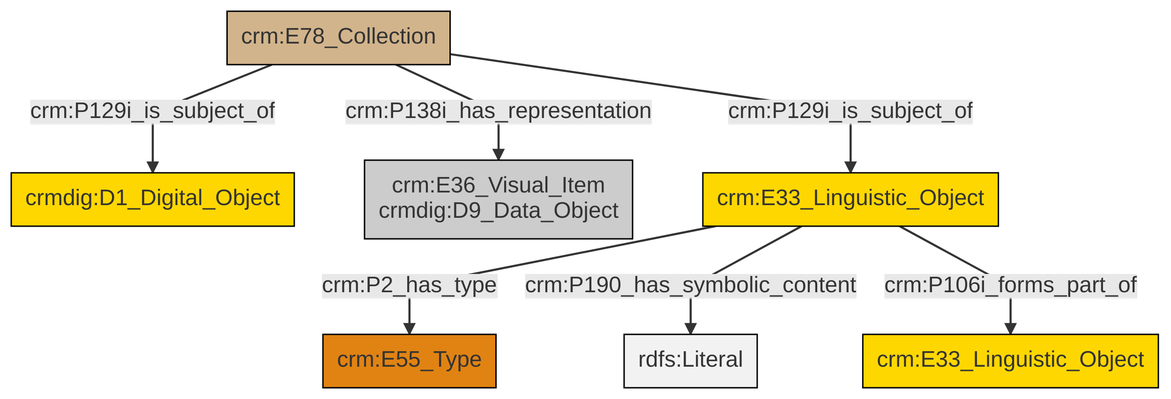
swiss-art-research-net/docs.swissartresearch keeps this Mermaid diagram as et/archivalCSV/ttl/mmd/png/archival_docs.png. Above is the earlier version. Its source is kept beside it as et/archivalCSV/ttl/mmd/archival_docs.ttl.mmd.
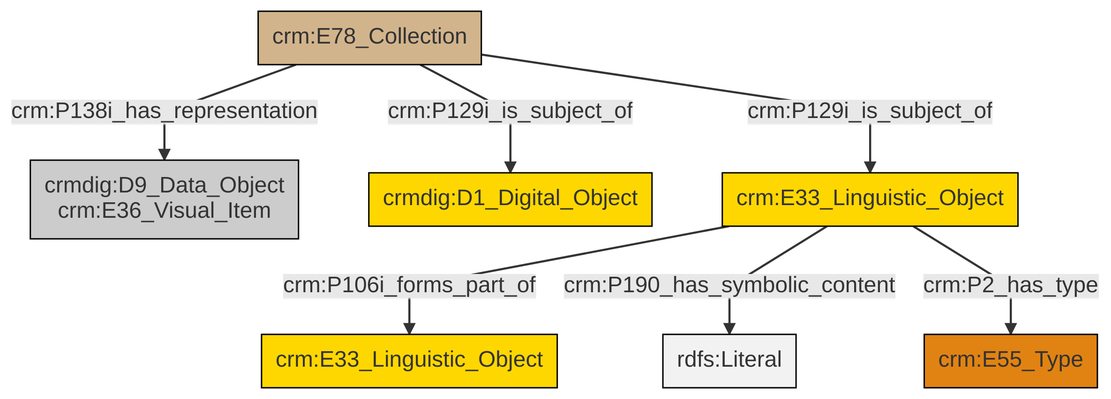
Later version of the same file.

Change to the diagram source:
```diff
@@ -13,9 +13,9 @@
 classDef PC_Classes fill:#4ce600, stroke:#000000;
 classDef Multi fill:#cccccc,stroke:#000000;
 
-4["crm:E78_Collection"]:::Physical_Thing -->|crm:P129i_is_subject_of| 2["crmdig:D1_Digital_Object"]:::Conceptual_Object
-7["crm:E33_Linguistic_Object"]:::Conceptual_Object -->|crm:P2_has_type| 0["crm:E55_Type"]:::Type
-7["crm:E33_Linguistic_Object"]:::Conceptual_Object -->|crm:P190_has_symbolic_content| 8[rdfs:Literal]:::Literal
-4["crm:E78_Collection"]:::Physical_Thing -->|crm:P129i_is_subject_of| 7["crm:E33_Linguistic_Object"]:::Conceptual_Object
-7["crm:E33_Linguistic_Object"]:::Conceptual_Object -->|crm:P106i_forms_part_of| 12["crm:E33_Linguistic_Object"]:::Conceptual_Object
-4["crm:E78_Collection"]:::Physical_Thing -->|crm:P138i_has_representation| 5["crm:E36_Visual_Item<br>crmdig:D9_Data_Object"]:::Multi
+2["crm:E78_Collection"]:::Physical_Thing -->|crm:P129i_is_subject_of| 3["crmdig:D1_Digital_Object"]:::Conceptual_Object
+2["crm:E78_Collection"]:::Physical_Thing -->|crm:P129i_is_subject_of| 4["crm:E33_Linguistic_Object"]:::Conceptual_Object
+4["crm:E33_Linguistic_Object"]:::Conceptual_Object -->|crm:P106i_forms_part_of| 5["crm:E33_Linguistic_Object"]:::Conceptual_Object
+2["crm:E78_Collection"]:::Physical_Thing -->|crm:P138i_has_representation| 0["crmdig:D9_Data_Object<br>crm:E36_Visual_Item"]:::Multi
+4["crm:E33_Linguistic_Object"]:::Conceptual_Object -->|crm:P190_has_symbolic_content| 13[rdfs:Literal]:::Literal
+4["crm:E33_Linguistic_Object"]:::Conceptual_Object -->|crm:P2_has_type| 6["crm:E55_Type"]:::Type
```
